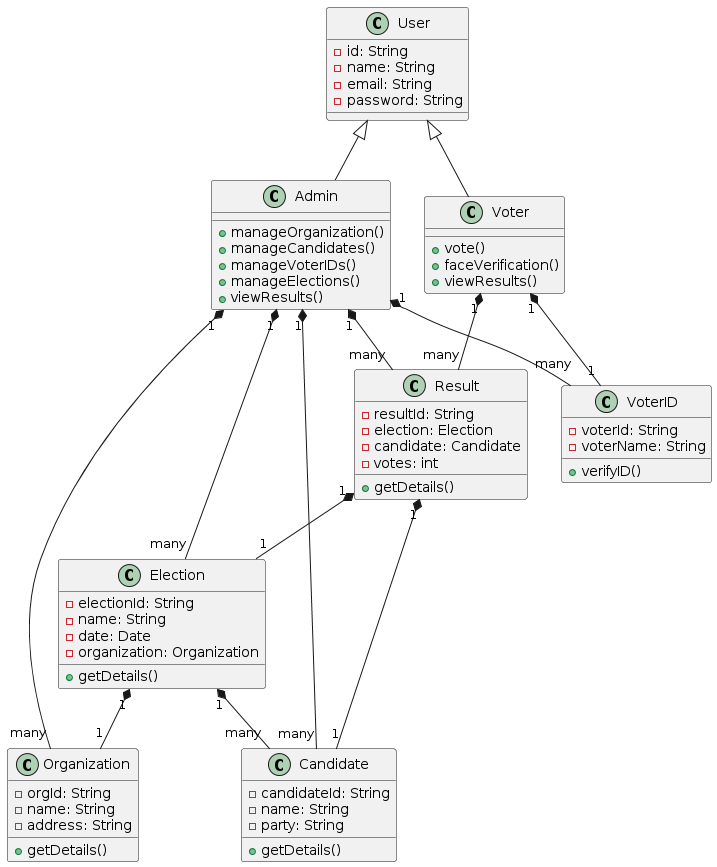
Above: Documentation/SE images/Class diagram.png in AliAtherAyyubi/Final-Year-Project (PlantUML), before the change.
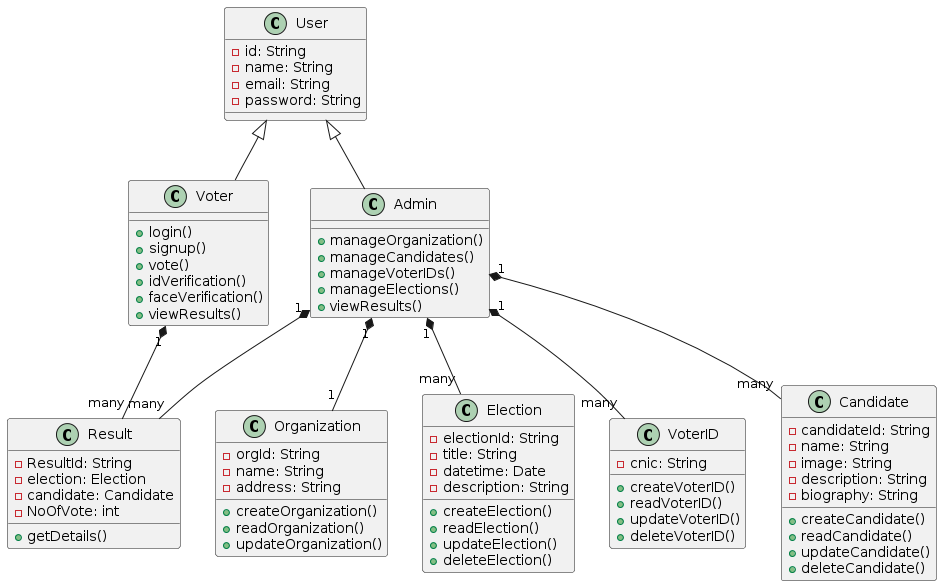
The same file after the commit.

Change to the diagram source:
```diff
@@ -11,62 +11,76 @@
     +manageCandidates()
     +manageVoterIDs()
     +manageElections()
-    +viewResults()
+     +viewResults()
 }
 
 class Voter {
+    +login()
+    +signup()
     +vote()
+    +idVerification()
     +faceVerification()
     +viewResults()
 }
-
+class Result {
+    -ResultId: String
+    -election: Election
+    -candidate: Candidate
+    -NoOfVote: int
+    +getDetails()
+}
 class Organization {
     -orgId: String
     -name: String
     -address: String
-    +getDetails()
+    +createOrganization()
+    +readOrganization()
+    +updateOrganization()
+
+}
+
+class Election {
+    -electionId: String
+    -title: String
+    -datetime: Date
+    -description: String
+    +createElection()
+    +readElection()
+    +updateElection()
+    +deleteElection()
+}
+
+
+class VoterID {
+    -cnic: String
+    +createVoterID()
+    +readVoterID()
+    +updateVoterID()
+    +deleteVoterID()
 }
 
 class Candidate {
     -candidateId: String
     -name: String
-    -party: String
-    +getDetails()
-}
-
-class VoterID {
-    -voterId: String
-    -voterName: String
-    +verifyID()
-}
-
-class Election {
-    -electionId: String
-    -name: String
-    -date: Date
-    -organization: Organization
-    +getDetails()
-}
-
-class Result {
-    -resultId: String
-    -election: Election
-    -candidate: Candidate
-    -votes: int
-    +getDetails()
+    -image: String
+    -description: String
+    -biography: String
+     +createCandidate()
+    +readCandidate()
+    +updateCandidate()
+    +deleteCandidate()
 }
 
 User <|-- Admin
 User <|-- Voter
-Admin "1" *-- "many" Organization
+
+Admin "1" *-- "many" Result
+Admin "1" *-- "1" Organization
 Admin "1" *-- "many" Candidate
 Admin "1" *-- "many" VoterID
 Admin "1" *-- "many" Election
-Admin "1" *-- "many" Result
-Voter "1" *-- "1" VoterID
+
+
+
 Voter "1" *-- "many" Result
-Election "1" *-- "many" Candidate
-Election "1" *-- "1" Organization
-Result "1" *-- "1" Election
-Result "1" *-- "1" Candidate
 @enduml
```
